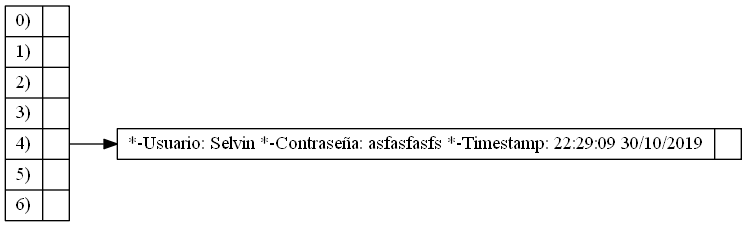
SelvinLP/EDD_2S2019_PY2_201701133 keeps this Graphviz diagram as [EDD]PY2_201701133/TablaHash.png. Above is the earlier version. Its source is kept beside it as [EDD]PY2_201701133/TablaHash.dot.
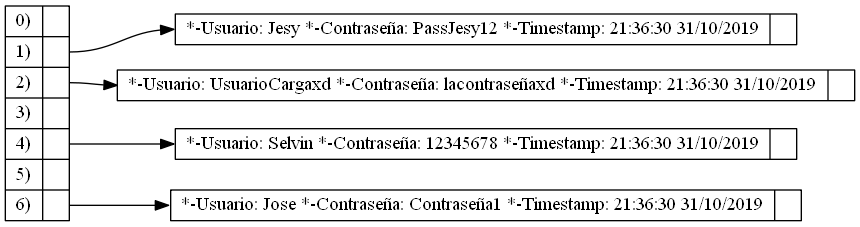
The same diagram one commit later.

Commit message:
Tabla Terminada en espera de cambios menores

Change to the diagram source:
```diff
@@ -2,6 +2,12 @@
    rankdir=LR;
    node [shape=record,width=.1,height=.1];
    N0 [label = "{0)|<fl0>} |{1)|<fl1>} |{2)|<fl2>} |{3)|<fl3>} |{4)|<fl4>} |{5)|<fl5>} |{6)|<fl6>} "];
-N5[label = "{<n> *-Usuario: Selvin     *-Contraseña: asfasfasfs     *-Timestamp: 22:29:09 30/10/2019|<p> }"];
+N2[label = "{<n> *-Usuario: Jesy     *-Contraseña: PassJesy12     *-Timestamp: 21:36:30 31/10/2019|<p> }"];
+N0:fl1 -> N2:n;
+N3[label = "{<n> *-Usuario: UsuarioCargaxd     *-Contraseña: lacontraseñaxd     *-Timestamp: 21:36:30 31/10/2019|<p> }"];
+N0:fl2 -> N3:n;
+N5[label = "{<n> *-Usuario: Selvin     *-Contraseña: 12345678     *-Timestamp: 21:36:30 31/10/2019|<p> }"];
 N0:fl4 -> N5:n;
+N7[label = "{<n> *-Usuario: Jose     *-Contraseña: Contraseña1     *-Timestamp: 21:36:30 31/10/2019|<p> }"];
+N0:fl6 -> N7:n;
 }
```
